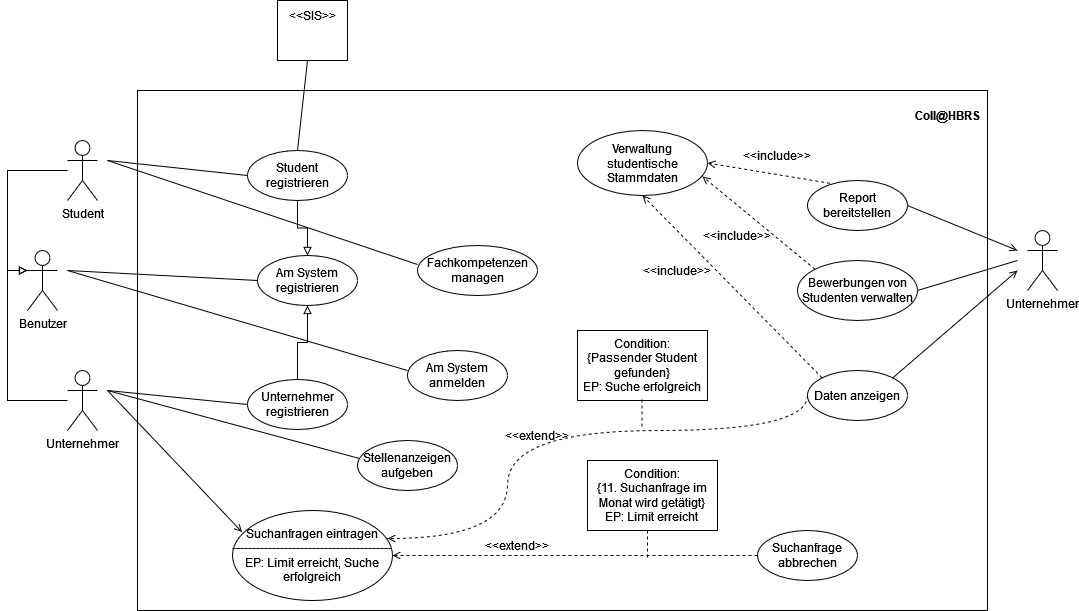
This is src/org/hbrs/se1/ws22/uebung5/Aufgabe5-2.drawio.png from fitnesstino/WS22-SE1, a draw.io export, as it was before one commit. Source tidied: cells renumbered, new cells last; positions are measured from the earlier drawing's top-left corner, leaving out a move shared by most shapes. Source of this version:
```xml
<mxGraphModel>
  <root>
    <mxCell id="0" />
    <mxCell id="1" parent="0" />
    <mxCell id="2" style="rounded=0;whiteSpace=wrap;html=1;fillColor=none;" parent="1" vertex="1">
      <mxGeometry x="110" y="90" width="850" height="520" as="geometry" />
    </mxCell>
    <mxCell id="3" style="edgeStyle=orthogonalEdgeStyle;rounded=0;jettySize=auto;html=1;entryX=0;entryY=0.3333333333333333;entryDx=0;entryDy=0;entryPerimeter=0;endArrow=block;endFill=0;" parent="1" edge="1" target="8">
      <mxGeometry relative="1" as="geometry">
        <mxPoint x="40" y="170" as="sourcePoint" />
      </mxGeometry>
    </mxCell>
    <mxCell id="4" value="Student" style="shape=umlActor;verticalLabelPosition=bottom;verticalAlign=top;html=1;" parent="1" vertex="1">
      <mxGeometry x="40" y="140" width="30" height="60" as="geometry" />
    </mxCell>
    <mxCell id="5" style="edgeStyle=orthogonalEdgeStyle;rounded=0;jettySize=auto;html=1;entryX=0;entryY=0.3333333333333333;entryDx=0;entryDy=0;entryPerimeter=0;endArrow=block;endFill=0;" parent="1" edge="1" source="6" target="8">
      <mxGeometry relative="1" as="geometry" />
    </mxCell>
    <mxCell id="6" value="Unternehmer" style="shape=umlActor;verticalLabelPosition=bottom;verticalAlign=top;html=1;" parent="1" vertex="1">
      <mxGeometry x="40" y="370" width="30" height="60" as="geometry" />
    </mxCell>
    <mxCell id="7" value="Coll@HBRS" style="text;html=1;strokeColor=none;fillColor=none;align=center;verticalAlign=middle;whiteSpace=wrap;rounded=0;fontStyle=1;" parent="1" vertex="1">
      <mxGeometry x="890" y="100" width="60" height="30" as="geometry" />
    </mxCell>
    <mxCell id="8" value="Benutzer" style="shape=umlActor;verticalLabelPosition=bottom;verticalAlign=top;html=1;fillColor=none;" parent="1" vertex="1">
      <mxGeometry y="250" width="30" height="60" as="geometry" />
    </mxCell>
    <mxCell id="9" value="Am System registrieren" style="ellipse;whiteSpace=wrap;html=1;fillColor=none;" parent="1" vertex="1">
      <mxGeometry x="230" y="255" width="100" height="50" as="geometry" />
    </mxCell>
    <mxCell id="10" style="endArrow=none;html=1;rounded=0;entryX=0;entryY=0.5;entryDx=0;entryDy=0;" parent="1" edge="1" target="9">
      <mxGeometry relative="1" as="geometry">
        <mxPoint x="40" y="270" as="sourcePoint" />
      </mxGeometry>
    </mxCell>
    <mxCell id="11" style="edgeStyle=orthogonalEdgeStyle;rounded=0;jettySize=auto;html=1;entryX=0.5;entryY=0;entryDx=0;entryDy=0;endArrow=block;endFill=0;" parent="1" edge="1" source="12" target="9">
      <mxGeometry relative="1" as="geometry" />
    </mxCell>
    <mxCell id="12" value="Student registrieren" style="ellipse;whiteSpace=wrap;html=1;fillColor=none;" parent="1" vertex="1">
      <mxGeometry x="220" y="150" width="100" height="50" as="geometry" />
    </mxCell>
    <mxCell id="13" style="edgeStyle=orthogonalEdgeStyle;rounded=0;jettySize=auto;html=1;entryX=0.5;entryY=1;entryDx=0;entryDy=0;endArrow=block;endFill=0;" parent="1" edge="1" source="14" target="9">
      <mxGeometry relative="1" as="geometry" />
    </mxCell>
    <mxCell id="14" value="Unternehmer registrieren" style="ellipse;whiteSpace=wrap;html=1;fillColor=none;" parent="1" vertex="1">
      <mxGeometry x="220" y="379" width="100" height="50" as="geometry" />
    </mxCell>
    <mxCell id="15" style="endArrow=none;html=1;rounded=0;entryX=0;entryY=0.5;entryDx=0;entryDy=0;" parent="1" edge="1">
      <mxGeometry relative="1" as="geometry">
        <mxPoint x="80" y="390" as="sourcePoint" />
        <mxPoint x="220" y="404" as="targetPoint" />
      </mxGeometry>
    </mxCell>
    <mxCell id="16" style="endArrow=none;html=1;rounded=0;entryX=0;entryY=0.5;entryDx=0;entryDy=0;" parent="1" edge="1">
      <mxGeometry relative="1" as="geometry">
        <mxPoint x="80" y="160" as="sourcePoint" />
        <mxPoint x="220" y="175" as="targetPoint" />
      </mxGeometry>
    </mxCell>
    <mxCell id="17" value="&lt;div&gt;&amp;lt;&amp;lt;SIS&amp;gt;&amp;gt;&lt;/div&gt;&lt;div&gt;&lt;br&gt;&lt;/div&gt;&lt;div&gt;&lt;br&gt;&lt;/div&gt;" style="rounded=0;whiteSpace=wrap;html=1;fillColor=none;" parent="1" vertex="1">
      <mxGeometry x="250" width="70" height="60" as="geometry" />
    </mxCell>
    <mxCell id="18" style="endArrow=none;html=1;rounded=0;entryX=0.5;entryY=0;entryDx=0;entryDy=0;" parent="1" edge="1" target="12">
      <mxGeometry relative="1" as="geometry">
        <mxPoint x="280" y="60" as="sourcePoint" />
      </mxGeometry>
    </mxCell>
    <mxCell id="19" style="endArrow=none;html=1;rounded=0;" parent="1" edge="1">
      <mxGeometry relative="1" as="geometry">
        <mxPoint x="40" y="270" as="sourcePoint" />
        <mxPoint x="380" y="370" as="targetPoint" />
      </mxGeometry>
    </mxCell>
    <mxCell id="20" value="Am System anmelden" style="ellipse;whiteSpace=wrap;html=1;fillColor=none;" parent="1" vertex="1">
      <mxGeometry x="380" y="350" width="100" height="50" as="geometry" />
    </mxCell>
    <mxCell id="21" style="endArrow=none;html=1;rounded=0;entryX=0;entryY=0.38;entryDx=0;entryDy=0;entryPerimeter=0;" parent="1" edge="1" target="22">
      <mxGeometry relative="1" as="geometry">
        <mxPoint x="80" y="160" as="sourcePoint" />
      </mxGeometry>
    </mxCell>
    <mxCell id="22" value="Fachkompetenzen managen" style="ellipse;whiteSpace=wrap;html=1;fillColor=none;" parent="1" vertex="1">
      <mxGeometry x="390" y="245" width="120" height="50" as="geometry" />
    </mxCell>
    <mxCell id="23" style="endArrow=none;html=1;rounded=0;entryX=0.02;entryY=0.36;entryDx=0;entryDy=0;entryPerimeter=0;" parent="1" edge="1" target="24">
      <mxGeometry relative="1" as="geometry">
        <mxPoint x="80" y="390" as="sourcePoint" />
      </mxGeometry>
    </mxCell>
    <mxCell id="24" value="Stellenanzeigen aufgeben" style="ellipse;whiteSpace=wrap;html=1;fillColor=none;" parent="1" vertex="1">
      <mxGeometry x="330" y="440" width="100" height="50" as="geometry" />
    </mxCell>
    <mxCell id="25" style="endArrow=open;html=1;rounded=0;endFill=0;entryX=0.06;entryY=0.24;entryDx=0;entryDy=0;entryPerimeter=0;" parent="1" edge="1" target="26">
      <mxGeometry relative="1" as="geometry">
        <mxPoint x="80" y="390" as="sourcePoint" />
      </mxGeometry>
    </mxCell>
    <mxCell id="26" value="&lt;div&gt;Suchanfragen eintragen&lt;/div&gt;&lt;div&gt;----------------------------------------&lt;/div&gt;EP: Limit erreicht, Suche erfolgreich" style="ellipse;whiteSpace=wrap;html=1;fillColor=none;" parent="1" vertex="1">
      <mxGeometry x="205" y="510" width="160" height="90" as="geometry" />
    </mxCell>
    <mxCell id="27" style="edgeStyle=orthogonalEdgeStyle;rounded=0;jettySize=auto;html=1;entryX=1;entryY=0.5;entryDx=0;entryDy=0;endArrow=open;endFill=0;dashed=1;" parent="1" edge="1" source="28" target="26">
      <mxGeometry relative="1" as="geometry">
        <Array as="points">
          <mxPoint x="430" y="555" />
          <mxPoint x="430" y="555" />
        </Array>
      </mxGeometry>
    </mxCell>
    <mxCell id="28" value="Suchanfrage abbrechen" style="ellipse;whiteSpace=wrap;html=1;fillColor=none;" parent="1" vertex="1">
      <mxGeometry x="730" y="530" width="100" height="50" as="geometry" />
    </mxCell>
    <mxCell id="29" value="&lt;div&gt;Condition:&lt;/div&gt;&lt;div&gt;{11. Suchanfrage im Monat wird getätigt}&lt;/div&gt;&lt;div&gt;EP: Limit erreicht&lt;br&gt;&lt;/div&gt;" style="rounded=0;whiteSpace=wrap;html=1;fillColor=none;" parent="1" vertex="1">
      <mxGeometry x="560" y="460" width="130" height="70" as="geometry" />
    </mxCell>
    <mxCell id="30" style="edgeStyle=orthogonalEdgeStyle;rounded=0;orthogonalLoop=1;jettySize=auto;html=1;endArrow=none;endFill=0;dashed=1;" parent="1" edge="1">
      <mxGeometry relative="1" as="geometry">
        <mxPoint x="620" y="530" as="sourcePoint" />
        <mxPoint x="620" y="560" as="targetPoint" />
      </mxGeometry>
    </mxCell>
    <mxCell id="31" value="Report bereitstellen" style="ellipse;whiteSpace=wrap;html=1;fillColor=none;" parent="1" vertex="1">
      <mxGeometry x="780" y="180" width="100" height="50" as="geometry" />
    </mxCell>
    <mxCell id="32" value="Unternehmer" style="shape=umlActor;verticalLabelPosition=bottom;verticalAlign=top;html=1;" parent="1" vertex="1">
      <mxGeometry x="1000" y="230" width="30" height="60" as="geometry" />
    </mxCell>
    <mxCell id="33" style="endArrow=open;html=1;rounded=0;entryX=0;entryY=0.5;entryDx=0;entryDy=0;exitX=1;exitY=0.5;exitDx=0;exitDy=0;endFill=0;" parent="1" edge="1" source="31">
      <mxGeometry relative="1" as="geometry">
        <mxPoint x="990" y="250" as="targetPoint" />
      </mxGeometry>
    </mxCell>
    <mxCell id="34" value="Bewerbungen von Studenten verwalten" style="ellipse;whiteSpace=wrap;html=1;fillColor=none;" parent="1" vertex="1">
      <mxGeometry x="770" y="260" width="120" height="60" as="geometry" />
    </mxCell>
    <mxCell id="35" style="endArrow=none;html=1;rounded=0;entryX=0;entryY=0.5;entryDx=0;entryDy=0;exitX=1;exitY=0.5;exitDx=0;exitDy=0;" parent="1" edge="1" source="34">
      <mxGeometry relative="1" as="geometry">
        <mxPoint x="990" y="260" as="targetPoint" />
      </mxGeometry>
    </mxCell>
    <mxCell id="36" value="Daten anzeigen" style="ellipse;whiteSpace=wrap;html=1;fillColor=none;" parent="1" vertex="1">
      <mxGeometry x="780" y="370" width="100" height="50" as="geometry" />
    </mxCell>
    <mxCell id="37" style="endArrow=open;html=1;rounded=0;exitX=1;exitY=0;exitDx=0;exitDy=0;endFill=0;" parent="1" edge="1" source="36">
      <mxGeometry relative="1" as="geometry">
        <mxPoint x="990" y="270" as="targetPoint" />
      </mxGeometry>
    </mxCell>
    <mxCell id="38" style="edgeStyle=orthogonalEdgeStyle;jettySize=auto;html=1;entryX=0.969;entryY=0.311;entryDx=0;entryDy=0;endArrow=open;endFill=0;dashed=1;entryPerimeter=0;curved=1;" parent="1" edge="1" target="26">
      <mxGeometry relative="1" as="geometry">
        <mxPoint x="780" y="395" as="sourcePoint" />
        <Array as="points">
          <mxPoint x="780" y="430" />
          <mxPoint x="480" y="430" />
          <mxPoint x="480" y="538" />
        </Array>
      </mxGeometry>
    </mxCell>
    <mxCell id="39" value="&lt;div&gt;Condition:&lt;/div&gt;&lt;div&gt;{Passender Student gefunden}&lt;/div&gt;&lt;div&gt;EP: Suche erfolgreich&lt;br&gt;&lt;/div&gt;" style="rounded=0;whiteSpace=wrap;html=1;fillColor=none;" parent="1" vertex="1">
      <mxGeometry x="550" y="330" width="130" height="70" as="geometry" />
    </mxCell>
    <mxCell id="40" style="edgeStyle=orthogonalEdgeStyle;rounded=0;orthogonalLoop=1;jettySize=auto;html=1;endArrow=none;endFill=0;dashed=1;" parent="1" edge="1">
      <mxGeometry relative="1" as="geometry">
        <mxPoint x="614.5" y="399" as="sourcePoint" />
        <mxPoint x="614.5" y="429" as="targetPoint" />
      </mxGeometry>
    </mxCell>
    <mxCell id="41" value="Verwaltung studentische Stammdaten" style="ellipse;whiteSpace=wrap;html=1;fillColor=none;" parent="1" vertex="1">
      <mxGeometry x="550" y="130" width="130" height="65" as="geometry" />
    </mxCell>
    <mxCell id="42" value="&amp;lt;&amp;lt;extend&amp;gt;&amp;gt;" style="text;html=1;strokeColor=none;fillColor=none;align=center;verticalAlign=middle;whiteSpace=wrap;rounded=0;" parent="1" vertex="1">
      <mxGeometry x="460" y="530" width="60" height="30" as="geometry" />
    </mxCell>
    <mxCell id="43" value="&amp;lt;&amp;lt;extend&amp;gt;&amp;gt;" style="text;html=1;strokeColor=none;fillColor=none;align=center;verticalAlign=middle;whiteSpace=wrap;rounded=0;" parent="1" vertex="1">
      <mxGeometry x="480" y="420" width="60" height="30" as="geometry" />
    </mxCell>
    <mxCell id="44" style="endArrow=open;html=1;dashed=1;curved=1;entryX=0.5;entryY=1;entryDx=0;entryDy=0;exitX=0;exitY=0;exitDx=0;exitDy=0;endFill=0;" parent="1" edge="1" source="36" target="41">
      <mxGeometry relative="1" as="geometry" />
    </mxCell>
    <mxCell id="45" value="&amp;lt;&amp;lt;include&amp;gt;&amp;gt;" style="text;html=1;strokeColor=none;fillColor=none;align=center;verticalAlign=middle;whiteSpace=wrap;rounded=0;" parent="1" vertex="1">
      <mxGeometry x="620" y="255" width="60" height="30" as="geometry" />
    </mxCell>
    <mxCell id="46" style="endArrow=open;html=1;dashed=1;curved=1;exitX=0;exitY=0;exitDx=0;exitDy=0;endFill=0;entryX=0.962;entryY=0.708;entryDx=0;entryDy=0;entryPerimeter=0;" parent="1" edge="1" source="34" target="41">
      <mxGeometry relative="1" as="geometry" />
    </mxCell>
    <mxCell id="47" value="&amp;lt;&amp;lt;include&amp;gt;&amp;gt;" style="text;html=1;strokeColor=none;fillColor=none;align=center;verticalAlign=middle;whiteSpace=wrap;rounded=0;" parent="1" vertex="1">
      <mxGeometry x="680" y="220" width="60" height="30" as="geometry" />
    </mxCell>
    <mxCell id="48" style="endArrow=open;html=1;dashed=1;curved=1;exitX=0;exitY=0;exitDx=0;exitDy=0;endFill=0;entryX=1;entryY=0.5;entryDx=0;entryDy=0;" parent="1" edge="1" target="41">
      <mxGeometry relative="1" as="geometry">
        <mxPoint x="802.5" y="182.8" as="sourcePoint" />
      </mxGeometry>
    </mxCell>
    <mxCell id="49" value="&amp;lt;&amp;lt;include&amp;gt;&amp;gt;" style="text;html=1;strokeColor=none;fillColor=none;align=center;verticalAlign=middle;whiteSpace=wrap;rounded=0;" parent="1" vertex="1">
      <mxGeometry x="720" y="140" width="60" height="30" as="geometry" />
    </mxCell>
  </root>
</mxGraphModel>
```
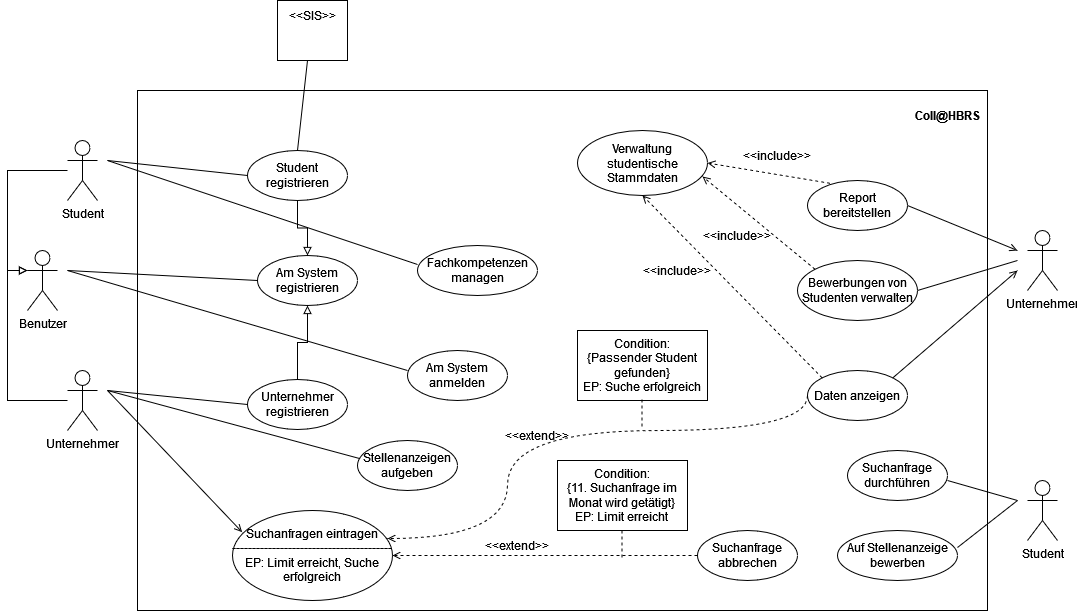
Above is the later version.

The edit, as a diff of the source:
```diff
@@ -107,15 +107,15 @@
       </mxGeometry>
     </mxCell>
     <mxCell id="28" value="Suchanfrage abbrechen" style="ellipse;whiteSpace=wrap;html=1;fillColor=none;" parent="1" vertex="1">
-      <mxGeometry x="730" y="530" width="100" height="50" as="geometry" />
+      <mxGeometry x="670" y="530" width="100" height="50" as="geometry" />
     </mxCell>
     <mxCell id="29" value="&lt;div&gt;Condition:&lt;/div&gt;&lt;div&gt;{11. Suchanfrage im Monat wird getätigt}&lt;/div&gt;&lt;div&gt;EP: Limit erreicht&lt;br&gt;&lt;/div&gt;" style="rounded=0;whiteSpace=wrap;html=1;fillColor=none;" parent="1" vertex="1">
-      <mxGeometry x="560" y="460" width="130" height="70" as="geometry" />
+      <mxGeometry x="530" y="460" width="130" height="70" as="geometry" />
     </mxCell>
     <mxCell id="30" style="edgeStyle=orthogonalEdgeStyle;rounded=0;orthogonalLoop=1;jettySize=auto;html=1;endArrow=none;endFill=0;dashed=1;" parent="1" edge="1">
       <mxGeometry relative="1" as="geometry">
-        <mxPoint x="620" y="530" as="sourcePoint" />
-        <mxPoint x="620" y="560" as="targetPoint" />
+        <mxPoint x="594.5" y="530" as="sourcePoint" />
+        <mxPoint x="594.5" y="560" as="targetPoint" />
       </mxGeometry>
     </mxCell>
     <mxCell id="31" value="Report bereitstellen" style="ellipse;whiteSpace=wrap;html=1;fillColor=none;" parent="1" vertex="1">
@@ -193,5 +193,25 @@
     <mxCell id="49" value="&amp;lt;&amp;lt;include&amp;gt;&amp;gt;" style="text;html=1;strokeColor=none;fillColor=none;align=center;verticalAlign=middle;whiteSpace=wrap;rounded=0;" parent="1" vertex="1">
       <mxGeometry x="720" y="140" width="60" height="30" as="geometry" />
     </mxCell>
+    <mxCell id="50" value="Student" style="shape=umlActor;verticalLabelPosition=bottom;verticalAlign=top;html=1;" parent="1" vertex="1">
+      <mxGeometry x="1000" y="480" width="30" height="60" as="geometry" />
+    </mxCell>
+    <mxCell id="51" value="Suchanfrage durchführen" style="ellipse;whiteSpace=wrap;html=1;fillColor=none;" parent="1" vertex="1">
+      <mxGeometry x="820" y="450" width="100" height="50" as="geometry" />
+    </mxCell>
+    <mxCell id="52" value="Auf Stellenanzeige bewerben" style="ellipse;whiteSpace=wrap;html=1;fillColor=none;" parent="1" vertex="1">
+      <mxGeometry x="810" y="530" width="120" height="50" as="geometry" />
+    </mxCell>
+    <mxCell id="53" style="endArrow=none;html=1;rounded=0;entryX=0;entryY=0.5;entryDx=0;entryDy=0;endFill=0;" parent="1" edge="1">
+      <mxGeometry relative="1" as="geometry">
+        <mxPoint x="920" y="480" as="sourcePoint" />
+        <mxPoint x="990" y="500" as="targetPoint" />
+      </mxGeometry>
+    </mxCell>
+    <mxCell id="54" style="endArrow=none;html=1;rounded=0;endFill=0;exitX=1;exitY=0.34;exitDx=0;exitDy=0;exitPerimeter=0;" parent="1" edge="1" source="52">
+      <mxGeometry relative="1" as="geometry">
+        <mxPoint x="990" y="500" as="targetPoint" />
+      </mxGeometry>
+    </mxCell>
   </root>
 </mxGraphModel>
```
